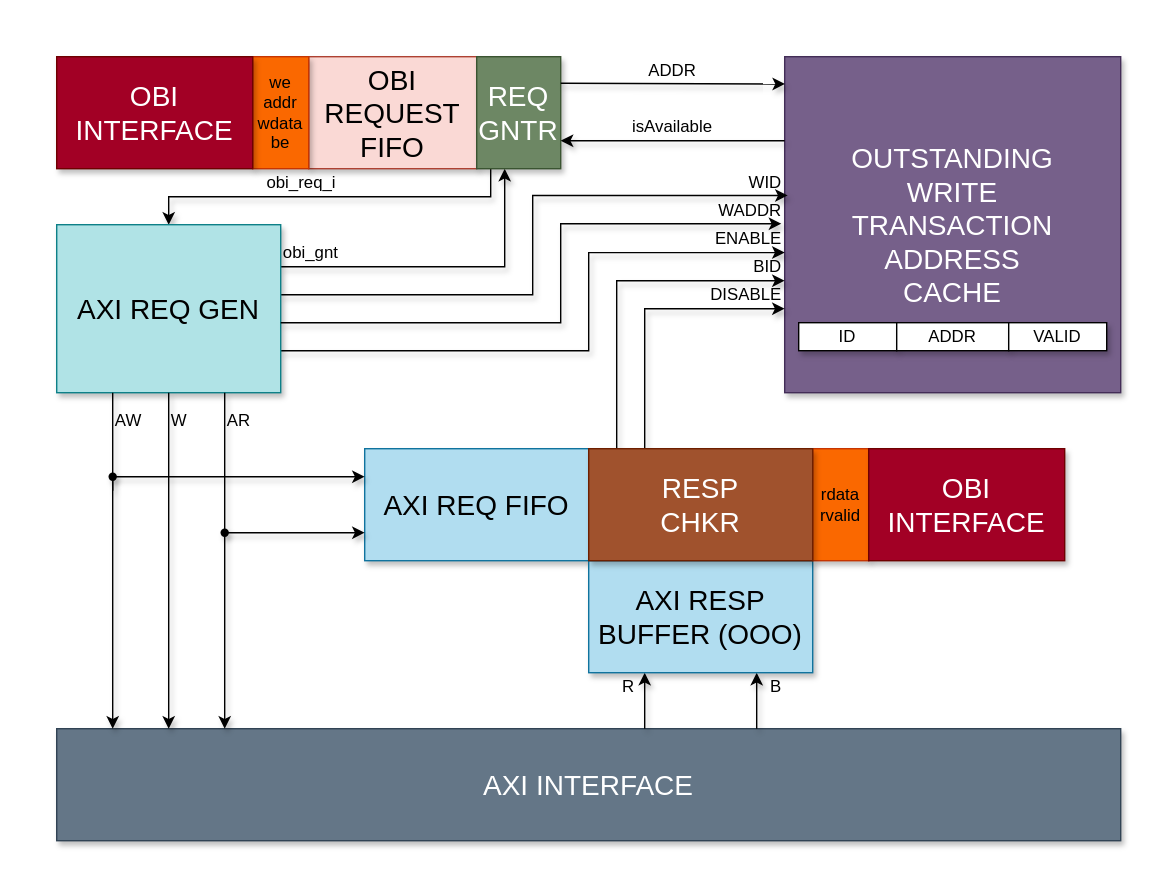
Above: documents/svg/OBI-2-AXI-BLOCK-DIAGRAM.svg in DSi-VLSI/dual-helix-soc (draw.io), before the change. Source tidied: cells renumbered, new cells last; positions are measured from the earlier drawing's top-left corner, leaving out a move shared by most shapes. Its diagram source:
```xml
<mxGraphModel>
  <root>
    <mxCell id="0" />
    <mxCell id="1" parent="0" />
    <mxCell id="2" style="rounded=0;whiteSpace=wrap;html=1;strokeColor=none;shadow=0;" parent="1" vertex="1">
      <mxGeometry width="840" height="640" as="geometry" />
    </mxCell>
    <mxCell id="3" value="B" style="rounded=0;whiteSpace=wrap;html=1;strokeColor=none;fillColor=none;align=right;shadow=1;" parent="1" vertex="1">
      <mxGeometry x="390" y="480" width="170" height="20" as="geometry" />
    </mxCell>
    <mxCell id="4" value="&lt;font style=&quot;font-size: 20px;&quot;&gt;AXI INTERFACE&lt;/font&gt;" style="rounded=0;whiteSpace=wrap;html=1;fillColor=#647687;fontColor=#ffffff;strokeColor=#314354;shadow=1;" parent="1" vertex="1">
      <mxGeometry x="40" y="520" width="760" height="80" as="geometry" />
    </mxCell>
    <mxCell id="5" value="&lt;font style=&quot;font-size: 20px;&quot;&gt;OBI&lt;/font&gt;&lt;div&gt;&lt;font style=&quot;font-size: 20px;&quot;&gt;REQUEST&lt;/font&gt;&lt;div&gt;&lt;font style=&quot;font-size: 20px;&quot;&gt;FIFO&lt;/font&gt;&lt;/div&gt;&lt;/div&gt;" style="rounded=0;whiteSpace=wrap;html=1;fillColor=#fad9d5;strokeColor=#ae4132;shadow=1;" parent="1" vertex="1">
      <mxGeometry x="220" y="40" width="120" height="80" as="geometry" />
    </mxCell>
    <mxCell id="6" value="&lt;font style=&quot;font-size: 20px;&quot;&gt;OUTSTANDING&lt;/font&gt;&lt;div&gt;&lt;font style=&quot;font-size: 20px;&quot;&gt;WRITE&lt;/font&gt;&lt;/div&gt;&lt;div&gt;&lt;font style=&quot;font-size: 20px;&quot;&gt;TRANSACTION&lt;/font&gt;&lt;/div&gt;&lt;div&gt;&lt;font style=&quot;font-size: 20px;&quot;&gt;ADDRESS&lt;/font&gt;&lt;/div&gt;&lt;div&gt;&lt;font style=&quot;font-size: 20px;&quot;&gt;CACHE&lt;/font&gt;&lt;/div&gt;" style="rounded=0;whiteSpace=wrap;html=1;fillColor=#76608a;fontColor=#ffffff;strokeColor=#432D57;shadow=1;" parent="1" vertex="1">
      <mxGeometry x="560" y="40" width="240" height="240" as="geometry" />
    </mxCell>
    <mxCell id="7" style="edgeStyle=orthogonalEdgeStyle;rounded=0;jettySize=auto;html=1;entryX=0.5;entryY=0;entryDx=0;entryDy=0;shadow=1;" parent="1" edge="1" source="9" target="16">
      <mxGeometry relative="1" as="geometry">
        <Array as="points">
          <mxPoint x="350" y="140" />
          <mxPoint x="120" y="140" />
        </Array>
      </mxGeometry>
    </mxCell>
    <mxCell id="8" style="edgeStyle=orthogonalEdgeStyle;rounded=0;jettySize=auto;html=1;shadow=1;" parent="1" edge="1" source="16" target="9">
      <mxGeometry relative="1" as="geometry">
        <Array as="points">
          <mxPoint x="360" y="190" />
        </Array>
      </mxGeometry>
    </mxCell>
    <mxCell id="9" value="&lt;span style=&quot;font-size: 20px;&quot;&gt;REQ&lt;/span&gt;&lt;div&gt;&lt;span style=&quot;font-size: 20px;&quot;&gt;GNTR&lt;/span&gt;&lt;/div&gt;" style="rounded=0;whiteSpace=wrap;html=1;fillColor=#6d8764;fontColor=#ffffff;strokeColor=#3A5431;shadow=1;" parent="1" vertex="1">
      <mxGeometry x="340" y="40" width="60" height="80" as="geometry" />
    </mxCell>
    <mxCell id="10" style="endArrow=classic;html=1;rounded=0;entryX=0.001;entryY=0.052;entryDx=0;entryDy=0;entryPerimeter=0;shadow=1;" parent="1" edge="1">
      <mxGeometry relative="1" as="geometry">
        <mxPoint x="400" y="59" as="sourcePoint" />
        <mxPoint x="560.2" y="59.5" as="targetPoint" />
      </mxGeometry>
    </mxCell>
    <mxCell id="11" value="ADDR" style="rounded=0;whiteSpace=wrap;html=1;strokeColor=none;fillColor=none;shadow=1;" parent="1" vertex="1">
      <mxGeometry x="400" y="40" width="160" height="20" as="geometry" />
    </mxCell>
    <mxCell id="12" style="endArrow=classic;html=1;rounded=0;exitX=1;exitY=0.167;exitDx=0;exitDy=0;exitPerimeter=0;shadow=1;" parent="1" edge="1">
      <mxGeometry relative="1" as="geometry">
        <mxPoint x="560" y="100" as="sourcePoint" />
        <mxPoint x="400" y="100" as="targetPoint" />
      </mxGeometry>
    </mxCell>
    <mxCell id="13" value="isAvailable" style="rounded=0;whiteSpace=wrap;html=1;strokeColor=none;fillColor=none;direction=east;shadow=1;" parent="1" vertex="1">
      <mxGeometry x="400" y="80" width="160" height="20" as="geometry" />
    </mxCell>
    <mxCell id="14" style="edgeStyle=orthogonalEdgeStyle;rounded=0;jettySize=auto;html=1;entryX=0;entryY=0.583;entryDx=0;entryDy=0;entryPerimeter=0;shadow=1;" parent="1" edge="1" source="16" target="6">
      <mxGeometry relative="1" as="geometry">
        <Array as="points">
          <mxPoint x="420" y="250" />
          <mxPoint x="420" y="180" />
        </Array>
      </mxGeometry>
    </mxCell>
    <mxCell id="15" style="edgeStyle=orthogonalEdgeStyle;rounded=0;jettySize=auto;html=1;entryX=0.009;entryY=0.413;entryDx=0;entryDy=0;entryPerimeter=0;shadow=1;" parent="1" edge="1" source="16" target="6">
      <mxGeometry relative="1" as="geometry">
        <Array as="points">
          <mxPoint x="380" y="210" />
          <mxPoint x="380" y="139" />
        </Array>
      </mxGeometry>
    </mxCell>
    <mxCell id="16" value="&lt;font style=&quot;font-size: 20px;&quot;&gt;AXI REQ GEN&lt;/font&gt;" style="rounded=0;whiteSpace=wrap;html=1;fillColor=#b0e3e6;strokeColor=#0e8088;shadow=1;" parent="1" vertex="1">
      <mxGeometry x="40" y="160" width="160" height="120" as="geometry" />
    </mxCell>
    <mxCell id="17" value="obi_req_i" style="rounded=0;whiteSpace=wrap;html=1;strokeColor=none;fillColor=none;shadow=1;" parent="1" vertex="1">
      <mxGeometry x="130" y="120" width="170" height="20" as="geometry" />
    </mxCell>
    <mxCell id="18" value="&lt;font style=&quot;font-size: 20px;&quot;&gt;AXI REQ FIFO&lt;/font&gt;" style="rounded=0;whiteSpace=wrap;html=1;fillColor=#b1ddf0;strokeColor=#10739e;shadow=1;" parent="1" vertex="1">
      <mxGeometry x="260" y="320" width="160" height="80" as="geometry" />
    </mxCell>
    <mxCell id="19" style="edgeStyle=orthogonalEdgeStyle;rounded=0;jettySize=auto;html=1;entryX=-0.01;entryY=0.497;entryDx=0;entryDy=0;entryPerimeter=0;shadow=1;" parent="1" edge="1" source="16" target="6">
      <mxGeometry relative="1" as="geometry">
        <Array as="points">
          <mxPoint x="400" y="230" />
          <mxPoint x="400" y="159" />
        </Array>
      </mxGeometry>
    </mxCell>
    <mxCell id="20" value="WADDR" style="rounded=0;whiteSpace=wrap;html=1;strokeColor=none;fillColor=none;align=right;shadow=1;" parent="1" vertex="1">
      <mxGeometry x="400" y="140" width="160" height="20" as="geometry" />
    </mxCell>
    <mxCell id="21" value="ENABLE" style="rounded=0;whiteSpace=wrap;html=1;strokeColor=none;fillColor=none;align=right;shadow=1;" parent="1" vertex="1">
      <mxGeometry x="400" y="160" width="160" height="20" as="geometry" />
    </mxCell>
    <mxCell id="22" style="edgeStyle=orthogonalEdgeStyle;rounded=0;jettySize=auto;html=1;shadow=1;" parent="1" edge="1" source="4" target="24">
      <mxGeometry relative="1" as="geometry">
        <Array as="points">
          <mxPoint x="460" y="500" />
          <mxPoint x="460" y="500" />
        </Array>
      </mxGeometry>
    </mxCell>
    <mxCell id="23" style="edgeStyle=orthogonalEdgeStyle;rounded=0;jettySize=auto;html=1;shadow=1;" parent="1" edge="1" source="4" target="24">
      <mxGeometry relative="1" as="geometry">
        <Array as="points">
          <mxPoint x="540" y="500" />
          <mxPoint x="540" y="500" />
        </Array>
      </mxGeometry>
    </mxCell>
    <mxCell id="24" value="&lt;font style=&quot;font-size: 20px;&quot;&gt;AXI RESP BUFFER (OOO)&lt;/font&gt;" style="rounded=0;whiteSpace=wrap;html=1;fillColor=#b1ddf0;strokeColor=#10739e;shadow=1;" parent="1" vertex="1">
      <mxGeometry x="420" y="400" width="160" height="80" as="geometry" />
    </mxCell>
    <mxCell id="25" value="R" style="rounded=0;whiteSpace=wrap;html=1;strokeColor=none;fillColor=none;align=right;shadow=1;" parent="1" vertex="1">
      <mxGeometry x="285" y="480" width="170" height="20" as="geometry" />
    </mxCell>
    <mxCell id="26" value="ID" style="rounded=0;whiteSpace=wrap;html=1;shadow=1;" parent="1" vertex="1">
      <mxGeometry x="570" y="230" width="70" height="20" as="geometry" />
    </mxCell>
    <mxCell id="27" value="ADDR" style="rounded=0;whiteSpace=wrap;html=1;shadow=1;" parent="1" vertex="1">
      <mxGeometry x="640" y="230" width="80" height="20" as="geometry" />
    </mxCell>
    <mxCell id="28" value="VALID" style="rounded=0;whiteSpace=wrap;html=1;shadow=1;" parent="1" vertex="1">
      <mxGeometry x="720" y="230" width="70" height="20" as="geometry" />
    </mxCell>
    <mxCell id="29" value="we&lt;div&gt;addr&lt;div&gt;wdata&lt;div&gt;be&lt;/div&gt;&lt;/div&gt;&lt;/div&gt;" style="rounded=0;whiteSpace=wrap;html=1;align=center;fillColor=#fa6800;fontColor=#000000;strokeColor=#C73500;shadow=1;" parent="1" vertex="1">
      <mxGeometry x="180" y="40" width="40" height="80" as="geometry" />
    </mxCell>
    <mxCell id="30" value="&lt;font style=&quot;font-size: 20px;&quot;&gt;OBI INTERFACE&lt;/font&gt;" style="rounded=0;whiteSpace=wrap;html=1;align=center;fillColor=#a20025;fontColor=#ffffff;strokeColor=#6F0000;shadow=1;" parent="1" vertex="1">
      <mxGeometry x="40" y="40" width="140" height="80" as="geometry" />
    </mxCell>
    <mxCell id="31" value="rdata&lt;div&gt;rvalid&lt;/div&gt;" style="rounded=0;whiteSpace=wrap;html=1;align=center;fillColor=#fa6800;fontColor=#000000;strokeColor=#C73500;shadow=1;" parent="1" vertex="1">
      <mxGeometry x="580" y="320" width="40" height="80" as="geometry" />
    </mxCell>
    <mxCell id="32" value="&lt;font style=&quot;font-size: 20px;&quot;&gt;OBI INTERFACE&lt;/font&gt;" style="rounded=0;whiteSpace=wrap;html=1;align=center;fillColor=#a20025;fontColor=#ffffff;strokeColor=#6F0000;shadow=1;" parent="1" vertex="1">
      <mxGeometry x="620" y="320" width="140" height="80" as="geometry" />
    </mxCell>
    <mxCell id="33" value="WID" style="rounded=0;whiteSpace=wrap;html=1;strokeColor=none;fillColor=none;align=right;shadow=1;" parent="1" vertex="1">
      <mxGeometry x="400" y="120" width="160" height="20" as="geometry" />
    </mxCell>
    <mxCell id="34" style="edgeStyle=orthogonalEdgeStyle;rounded=0;jettySize=auto;html=1;shadow=1;" parent="1" edge="1" source="36" target="6">
      <mxGeometry relative="1" as="geometry">
        <Array as="points">
          <mxPoint x="440" y="200" />
        </Array>
      </mxGeometry>
    </mxCell>
    <mxCell id="35" style="edgeStyle=orthogonalEdgeStyle;rounded=0;jettySize=auto;html=1;shadow=1;" parent="1" edge="1" source="36" target="6">
      <mxGeometry relative="1" as="geometry">
        <Array as="points">
          <mxPoint x="460" y="220" />
        </Array>
      </mxGeometry>
    </mxCell>
    <mxCell id="36" value="&lt;span style=&quot;font-size: 20px;&quot;&gt;RESP&lt;/span&gt;&lt;div&gt;&lt;span style=&quot;font-size: 20px;&quot;&gt;CHKR&lt;/span&gt;&lt;/div&gt;" style="rounded=0;whiteSpace=wrap;html=1;fillColor=#a0522d;strokeColor=#6D1F00;fontColor=#ffffff;shadow=1;" parent="1" vertex="1">
      <mxGeometry x="420" y="320" width="160" height="80" as="geometry" />
    </mxCell>
    <mxCell id="37" value="DISABLE" style="rounded=0;whiteSpace=wrap;html=1;strokeColor=none;fillColor=none;align=right;shadow=1;" parent="1" vertex="1">
      <mxGeometry x="400" y="200" width="160" height="20" as="geometry" />
    </mxCell>
    <mxCell id="38" value="BID" style="rounded=0;whiteSpace=wrap;html=1;strokeColor=none;fillColor=none;align=right;shadow=1;" parent="1" vertex="1">
      <mxGeometry x="400" y="180" width="160" height="20" as="geometry" />
    </mxCell>
    <mxCell id="39" style="edgeStyle=orthogonalEdgeStyle;rounded=0;jettySize=auto;html=1;shadow=1;" parent="1" edge="1" target="4">
      <mxGeometry relative="1" as="geometry">
        <mxPoint x="160" y="280" as="sourcePoint" />
        <Array as="points">
          <mxPoint x="160" y="320" />
          <mxPoint x="160" y="320" />
        </Array>
      </mxGeometry>
    </mxCell>
    <mxCell id="40" style="edgeStyle=orthogonalEdgeStyle;rounded=0;jettySize=auto;html=1;shadow=1;" parent="1" edge="1" target="4">
      <mxGeometry relative="1" as="geometry">
        <mxPoint x="80" y="280" as="sourcePoint" />
        <Array as="points">
          <mxPoint x="80" y="320" />
          <mxPoint x="80" y="320" />
        </Array>
      </mxGeometry>
    </mxCell>
    <mxCell id="41" value="AW" style="rounded=0;whiteSpace=wrap;html=1;strokeColor=none;fillColor=none;align=left;shadow=1;" parent="1" vertex="1">
      <mxGeometry x="80" y="290" width="170" height="20" as="geometry" />
    </mxCell>
    <mxCell id="42" value="W" style="rounded=0;whiteSpace=wrap;html=1;strokeColor=none;fillColor=none;align=left;shadow=1;" parent="1" vertex="1">
      <mxGeometry x="120" y="290" width="170" height="20" as="geometry" />
    </mxCell>
    <mxCell id="43" value="AR" style="rounded=0;whiteSpace=wrap;html=1;strokeColor=none;fillColor=none;align=left;shadow=1;" parent="1" vertex="1">
      <mxGeometry x="160" y="290" width="170" height="20" as="geometry" />
    </mxCell>
    <mxCell id="44" style="edgeStyle=orthogonalEdgeStyle;rounded=0;jettySize=auto;html=1;shadow=1;" parent="1" edge="1" target="4">
      <mxGeometry relative="1" as="geometry">
        <mxPoint x="120" y="280" as="sourcePoint" />
        <Array as="points">
          <mxPoint x="120" y="320" />
          <mxPoint x="120" y="320" />
        </Array>
      </mxGeometry>
    </mxCell>
    <mxCell id="45" style="edgeStyle=orthogonalEdgeStyle;rounded=0;jettySize=auto;html=1;shadow=1;" parent="1" edge="1" target="18">
      <mxGeometry relative="1" as="geometry">
        <mxPoint x="80" y="350" as="sourcePoint" />
        <Array as="points">
          <mxPoint x="80" y="340" />
        </Array>
      </mxGeometry>
    </mxCell>
    <mxCell id="46" style="shape=waypoint;sketch=0;fillStyle=solid;size=6;fillColor=none;perimeter=centerPerimeter;shadow=1;" parent="1" vertex="1">
      <mxGeometry x="70" y="330" width="20" height="20" as="geometry" />
    </mxCell>
    <mxCell id="47" style="edgeStyle=orthogonalEdgeStyle;rounded=0;jettySize=auto;html=1;shadow=1;" parent="1" edge="1" source="48" target="18">
      <mxGeometry relative="1" as="geometry">
        <Array as="points">
          <mxPoint x="240" y="380" />
          <mxPoint x="240" y="380" />
        </Array>
      </mxGeometry>
    </mxCell>
    <mxCell id="48" style="shape=waypoint;sketch=0;fillStyle=solid;size=6;points=[];fillColor=none;perimeter=centerPerimeter;snapToPoint=1;shadow=1;" parent="1" vertex="1">
      <mxGeometry x="150" y="370" width="20" height="20" as="geometry" />
    </mxCell>
    <mxCell id="49" value="obi_gnt" style="rounded=0;whiteSpace=wrap;html=1;strokeColor=none;fillColor=none;shadow=1;align=left;" parent="1" vertex="1">
      <mxGeometry x="200" y="170" width="170" height="20" as="geometry" />
    </mxCell>
  </root>
</mxGraphModel>
```
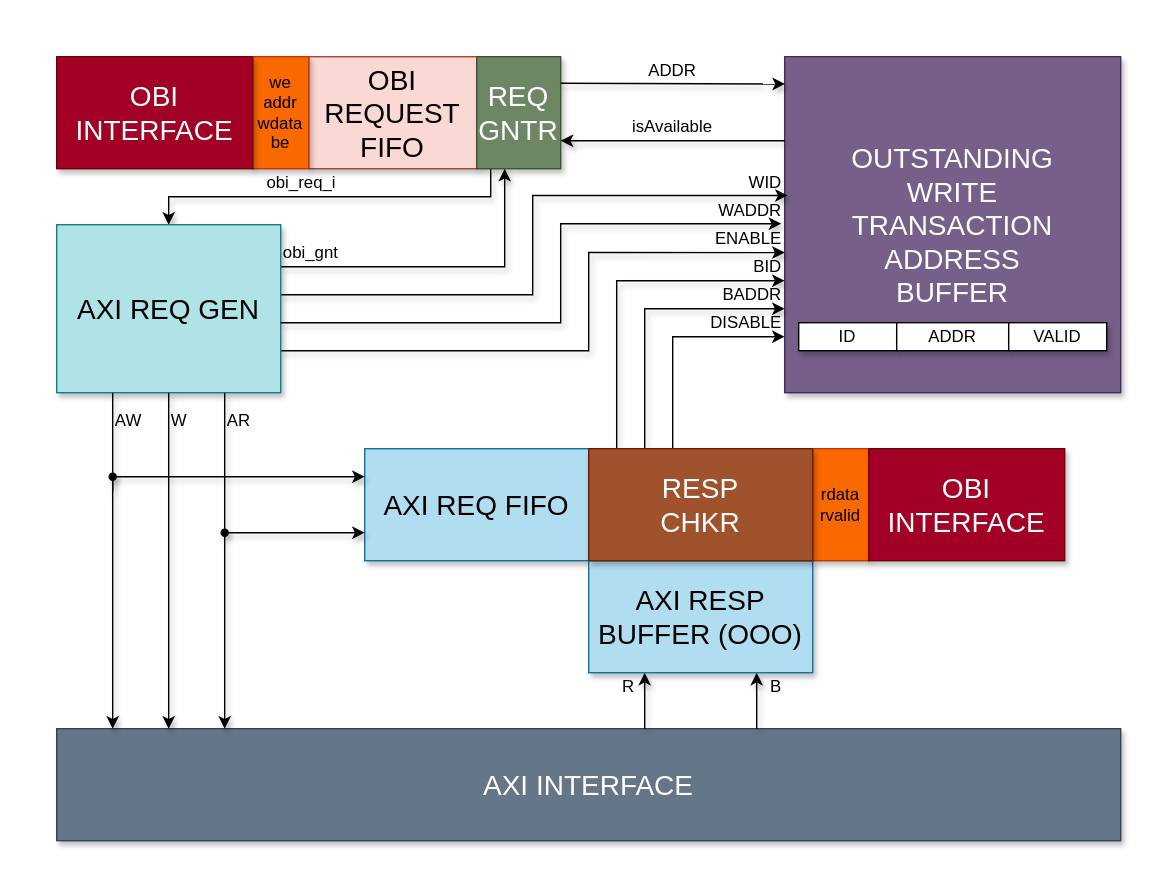
The same file after the commit.

The edit, as a diff of the source:
```diff
@@ -14,7 +14,7 @@
     <mxCell id="5" value="&lt;font style=&quot;font-size: 20px;&quot;&gt;OBI&lt;/font&gt;&lt;div&gt;&lt;font style=&quot;font-size: 20px;&quot;&gt;REQUEST&lt;/font&gt;&lt;div&gt;&lt;font style=&quot;font-size: 20px;&quot;&gt;FIFO&lt;/font&gt;&lt;/div&gt;&lt;/div&gt;" style="rounded=0;whiteSpace=wrap;html=1;fillColor=#fad9d5;strokeColor=#ae4132;shadow=1;" parent="1" vertex="1">
       <mxGeometry x="220" y="40" width="120" height="80" as="geometry" />
     </mxCell>
-    <mxCell id="6" value="&lt;font style=&quot;font-size: 20px;&quot;&gt;OUTSTANDING&lt;/font&gt;&lt;div&gt;&lt;font style=&quot;font-size: 20px;&quot;&gt;WRITE&lt;/font&gt;&lt;/div&gt;&lt;div&gt;&lt;font style=&quot;font-size: 20px;&quot;&gt;TRANSACTION&lt;/font&gt;&lt;/div&gt;&lt;div&gt;&lt;font style=&quot;font-size: 20px;&quot;&gt;ADDRESS&lt;/font&gt;&lt;/div&gt;&lt;div&gt;&lt;font style=&quot;font-size: 20px;&quot;&gt;CACHE&lt;/font&gt;&lt;/div&gt;" style="rounded=0;whiteSpace=wrap;html=1;fillColor=#76608a;fontColor=#ffffff;strokeColor=#432D57;shadow=1;" parent="1" vertex="1">
+    <mxCell id="6" value="&lt;font style=&quot;font-size: 20px;&quot;&gt;OUTSTANDING&lt;/font&gt;&lt;div&gt;&lt;font style=&quot;font-size: 20px;&quot;&gt;WRITE&lt;/font&gt;&lt;/div&gt;&lt;div&gt;&lt;font style=&quot;font-size: 20px;&quot;&gt;TRANSACTION&lt;/font&gt;&lt;/div&gt;&lt;div&gt;&lt;font style=&quot;font-size: 20px;&quot;&gt;ADDRESS&lt;/font&gt;&lt;/div&gt;&lt;div&gt;&lt;span style=&quot;font-size: 20px;&quot;&gt;BUFFER&lt;/span&gt;&lt;/div&gt;" style="rounded=0;whiteSpace=wrap;html=1;fillColor=#76608a;fontColor=#ffffff;strokeColor=#432D57;shadow=1;" parent="1" vertex="1">
       <mxGeometry x="560" y="40" width="240" height="240" as="geometry" />
     </mxCell>
     <mxCell id="7" style="edgeStyle=orthogonalEdgeStyle;rounded=0;jettySize=auto;html=1;entryX=0.5;entryY=0;entryDx=0;entryDy=0;shadow=1;" parent="1" edge="1" source="9" target="16">
@@ -152,11 +152,18 @@
         </Array>
       </mxGeometry>
     </mxCell>
+    <mxCell id="50" style="edgeStyle=orthogonalEdgeStyle;rounded=0;jettySize=auto;html=1;" parent="1" edge="1" source="36" target="6">
+      <mxGeometry relative="1" as="geometry">
+        <Array as="points">
+          <mxPoint x="480" y="240" />
+        </Array>
+      </mxGeometry>
+    </mxCell>
     <mxCell id="36" value="&lt;span style=&quot;font-size: 20px;&quot;&gt;RESP&lt;/span&gt;&lt;div&gt;&lt;span style=&quot;font-size: 20px;&quot;&gt;CHKR&lt;/span&gt;&lt;/div&gt;" style="rounded=0;whiteSpace=wrap;html=1;fillColor=#a0522d;strokeColor=#6D1F00;fontColor=#ffffff;shadow=1;" parent="1" vertex="1">
       <mxGeometry x="420" y="320" width="160" height="80" as="geometry" />
     </mxCell>
     <mxCell id="37" value="DISABLE" style="rounded=0;whiteSpace=wrap;html=1;strokeColor=none;fillColor=none;align=right;shadow=1;" parent="1" vertex="1">
-      <mxGeometry x="400" y="200" width="160" height="20" as="geometry" />
+      <mxGeometry x="400" y="220" width="160" height="20" as="geometry" />
     </mxCell>
     <mxCell id="38" value="BID" style="rounded=0;whiteSpace=wrap;html=1;strokeColor=none;fillColor=none;align=right;shadow=1;" parent="1" vertex="1">
       <mxGeometry x="400" y="180" width="160" height="20" as="geometry" />
@@ -222,5 +229,8 @@
     <mxCell id="49" value="obi_gnt" style="rounded=0;whiteSpace=wrap;html=1;strokeColor=none;fillColor=none;shadow=1;align=left;" parent="1" vertex="1">
       <mxGeometry x="200" y="170" width="170" height="20" as="geometry" />
     </mxCell>
+    <mxCell id="51" value="BADDR" style="rounded=0;whiteSpace=wrap;html=1;strokeColor=none;fillColor=none;align=right;shadow=1;" parent="1" vertex="1">
+      <mxGeometry x="400" y="200" width="160" height="20" as="geometry" />
+    </mxCell>
   </root>
 </mxGraphModel>
```
